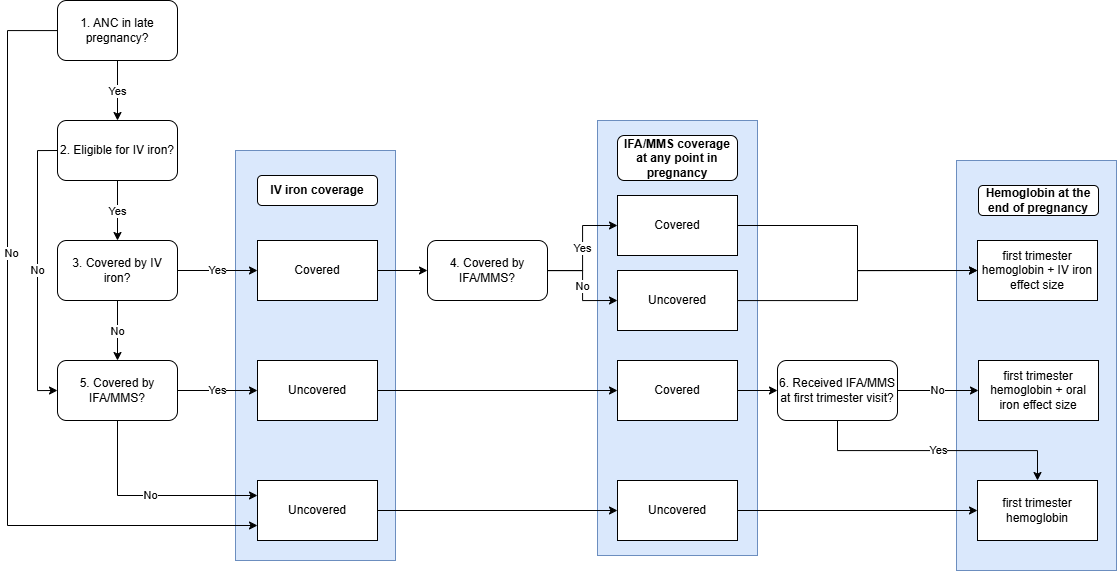
Earlier version of the draw.io export docs/source/models/concept_models/vivarium_mncnh_portfolio/hemoglobin_module/end_of_pregnancy_diagram.drawio.png (ihmeuw/vivarium_research). Source tidied: cells renumbered, new cells last; positions are measured from the earlier drawing's top-left corner, leaving out a move shared by most shapes. Its diagram source:
```xml
<mxGraphModel>
  <root>
    <mxCell id="0" />
    <mxCell id="1" parent="0" />
    <mxCell id="2" style="rounded=0;whiteSpace=wrap;html=1;fillColor=#dae8fc;strokeColor=#6c8ebf;" parent="1" vertex="1">
      <mxGeometry x="949" y="160" width="160" height="410" as="geometry" />
    </mxCell>
    <mxCell id="3" value="&lt;b&gt;Hemoglobin at the end of pregnancy&lt;/b&gt;" style="rounded=1;whiteSpace=wrap;html=1;" parent="1" vertex="1">
      <mxGeometry x="971" y="185" width="120" height="30" as="geometry" />
    </mxCell>
    <mxCell id="4" style="rounded=0;whiteSpace=wrap;html=1;fillColor=#dae8fc;strokeColor=#6c8ebf;" parent="1" vertex="1">
      <mxGeometry x="590" y="120" width="160" height="435" as="geometry" />
    </mxCell>
    <mxCell id="5" value="IFA/MMS coverage at any point in pregnancy" style="rounded=1;whiteSpace=wrap;html=1;fontStyle=1;" parent="1" vertex="1">
      <mxGeometry x="610" y="135" width="120" height="45" as="geometry" />
    </mxCell>
    <mxCell id="6" style="rounded=0;whiteSpace=wrap;html=1;fillColor=#dae8fc;strokeColor=#6c8ebf;" parent="1" vertex="1">
      <mxGeometry x="228" y="150" width="160" height="410" as="geometry" />
    </mxCell>
    <mxCell id="7" value="Yes" style="edgeStyle=orthogonalEdgeStyle;rounded=0;jettySize=auto;html=1;entryX=0.5;entryY=0;entryDx=0;entryDy=0;" parent="1" edge="1" source="10" target="13">
      <mxGeometry relative="1" as="geometry" />
    </mxCell>
    <mxCell id="8" style="edgeStyle=orthogonalEdgeStyle;rounded=0;jettySize=auto;html=1;entryX=0;entryY=0.75;entryDx=0;entryDy=0;" parent="1" edge="1" source="10" target="25">
      <mxGeometry relative="1" as="geometry">
        <Array as="points">
          <mxPoint y="30" />
          <mxPoint y="525" />
        </Array>
      </mxGeometry>
    </mxCell>
    <mxCell id="9" value="No" style="edgeLabel;html=1;align=center;verticalAlign=middle;" parent="8" vertex="1">
      <mxGeometry x="-0.32" y="3" relative="1" as="geometry">
        <mxPoint y="1" as="offset" />
      </mxGeometry>
    </mxCell>
    <mxCell id="10" value="1. ANC in late pregnancy?" style="rounded=1;whiteSpace=wrap;html=1;" parent="1" vertex="1">
      <mxGeometry x="50" width="120" height="60" as="geometry" />
    </mxCell>
    <mxCell id="11" value="Yes" style="edgeStyle=orthogonalEdgeStyle;rounded=0;jettySize=auto;html=1;entryX=0.5;entryY=0;entryDx=0;entryDy=0;" parent="1" edge="1" source="13" target="16">
      <mxGeometry relative="1" as="geometry" />
    </mxCell>
    <mxCell id="12" value="No" style="edgeStyle=orthogonalEdgeStyle;rounded=0;jettySize=auto;html=1;exitX=0;exitY=0.5;exitDx=0;exitDy=0;entryX=0;entryY=0.5;entryDx=0;entryDy=0;" parent="1" edge="1" source="13" target="19">
      <mxGeometry relative="1" as="geometry" />
    </mxCell>
    <mxCell id="13" value="2. Eligible for IV iron?" style="rounded=1;whiteSpace=wrap;html=1;" parent="1" vertex="1">
      <mxGeometry x="50" y="120" width="120" height="60" as="geometry" />
    </mxCell>
    <mxCell id="14" value="No" style="edgeStyle=orthogonalEdgeStyle;rounded=0;jettySize=auto;html=1;entryX=0.5;entryY=0;entryDx=0;entryDy=0;" parent="1" edge="1" source="16" target="19">
      <mxGeometry relative="1" as="geometry" />
    </mxCell>
    <mxCell id="15" value="Yes" style="edgeStyle=orthogonalEdgeStyle;rounded=0;jettySize=auto;html=1;entryX=0;entryY=0.5;entryDx=0;entryDy=0;" parent="1" edge="1" source="16" target="21">
      <mxGeometry relative="1" as="geometry" />
    </mxCell>
    <mxCell id="16" value="3. Covered by IV iron?" style="rounded=1;whiteSpace=wrap;html=1;" parent="1" vertex="1">
      <mxGeometry x="50" y="240" width="120" height="60" as="geometry" />
    </mxCell>
    <mxCell id="17" value="Yes" style="edgeStyle=orthogonalEdgeStyle;rounded=0;jettySize=auto;html=1;entryX=0;entryY=0.5;entryDx=0;entryDy=0;" parent="1" edge="1" source="19" target="23">
      <mxGeometry relative="1" as="geometry" />
    </mxCell>
    <mxCell id="18" value="No" style="edgeStyle=orthogonalEdgeStyle;rounded=0;jettySize=auto;html=1;entryX=0;entryY=0.25;entryDx=0;entryDy=0;" parent="1" edge="1" source="19" target="25">
      <mxGeometry relative="1" as="geometry">
        <Array as="points">
          <mxPoint x="110" y="495" />
        </Array>
      </mxGeometry>
    </mxCell>
    <mxCell id="19" value="5. Covered by IFA/MMS?" style="rounded=1;whiteSpace=wrap;html=1;" parent="1" vertex="1">
      <mxGeometry x="50" y="360" width="120" height="60" as="geometry" />
    </mxCell>
    <mxCell id="20" style="edgeStyle=orthogonalEdgeStyle;rounded=0;jettySize=auto;html=1;exitX=1;exitY=0.5;exitDx=0;exitDy=0;entryX=0;entryY=0.5;entryDx=0;entryDy=0;" parent="1" edge="1" source="21" target="28">
      <mxGeometry relative="1" as="geometry" />
    </mxCell>
    <mxCell id="21" value="Covered" style="rounded=0;whiteSpace=wrap;html=1;" parent="1" vertex="1">
      <mxGeometry x="250" y="240" width="120" height="60" as="geometry" />
    </mxCell>
    <mxCell id="22" style="edgeStyle=orthogonalEdgeStyle;rounded=0;jettySize=auto;html=1;" parent="1" edge="1" source="23" target="38">
      <mxGeometry relative="1" as="geometry" />
    </mxCell>
    <mxCell id="23" value="Uncovered" style="rounded=0;whiteSpace=wrap;html=1;" parent="1" vertex="1">
      <mxGeometry x="250" y="360" width="120" height="60" as="geometry" />
    </mxCell>
    <mxCell id="24" style="edgeStyle=orthogonalEdgeStyle;rounded=0;jettySize=auto;html=1;" parent="1" edge="1" source="25" target="35">
      <mxGeometry relative="1" as="geometry" />
    </mxCell>
    <mxCell id="25" value="Uncovered" style="rounded=0;whiteSpace=wrap;html=1;" parent="1" vertex="1">
      <mxGeometry x="250" y="480" width="120" height="60" as="geometry" />
    </mxCell>
    <mxCell id="26" value="Yes" style="edgeStyle=orthogonalEdgeStyle;rounded=0;jettySize=auto;html=1;entryX=0;entryY=0.5;entryDx=0;entryDy=0;" parent="1" edge="1" source="28" target="30">
      <mxGeometry relative="1" as="geometry" />
    </mxCell>
    <mxCell id="27" value="No" style="edgeStyle=orthogonalEdgeStyle;rounded=0;jettySize=auto;html=1;entryX=0;entryY=0.5;entryDx=0;entryDy=0;" parent="1" edge="1" source="28" target="32">
      <mxGeometry relative="1" as="geometry" />
    </mxCell>
    <mxCell id="28" value="4. Covered by IFA/MMS?" style="rounded=1;whiteSpace=wrap;html=1;" parent="1" vertex="1">
      <mxGeometry x="420" y="240" width="120" height="60" as="geometry" />
    </mxCell>
    <mxCell id="29" style="edgeStyle=orthogonalEdgeStyle;rounded=0;jettySize=auto;html=1;entryX=0;entryY=0.5;entryDx=0;entryDy=0;" parent="1" edge="1" source="30" target="33">
      <mxGeometry relative="1" as="geometry" />
    </mxCell>
    <mxCell id="30" value="Covered" style="rounded=0;whiteSpace=wrap;html=1;" parent="1" vertex="1">
      <mxGeometry x="610" y="195" width="120" height="60" as="geometry" />
    </mxCell>
    <mxCell id="31" style="edgeStyle=orthogonalEdgeStyle;rounded=0;jettySize=auto;html=1;entryX=0;entryY=0.5;entryDx=0;entryDy=0;" parent="1" edge="1" source="32" target="33">
      <mxGeometry relative="1" as="geometry" />
    </mxCell>
    <mxCell id="32" value="Uncovered" style="rounded=0;whiteSpace=wrap;html=1;" parent="1" vertex="1">
      <mxGeometry x="610" y="270" width="120" height="60" as="geometry" />
    </mxCell>
    <mxCell id="33" value="first trimester hemoglobin + IV iron effect size" style="rounded=0;whiteSpace=wrap;html=1;" parent="1" vertex="1">
      <mxGeometry x="970" y="240" width="120" height="60" as="geometry" />
    </mxCell>
    <mxCell id="34" style="edgeStyle=orthogonalEdgeStyle;rounded=0;jettySize=auto;html=1;entryX=0;entryY=0.5;entryDx=0;entryDy=0;" parent="1" edge="1" source="35" target="36">
      <mxGeometry relative="1" as="geometry" />
    </mxCell>
    <mxCell id="35" value="Uncovered" style="rounded=0;whiteSpace=wrap;html=1;" parent="1" vertex="1">
      <mxGeometry x="610" y="480" width="120" height="60" as="geometry" />
    </mxCell>
    <mxCell id="36" value="first trimester hemoglobin" style="rounded=0;whiteSpace=wrap;html=1;" parent="1" vertex="1">
      <mxGeometry x="970" y="480" width="120" height="60" as="geometry" />
    </mxCell>
    <mxCell id="37" style="edgeStyle=orthogonalEdgeStyle;rounded=0;jettySize=auto;html=1;entryX=0;entryY=0.5;entryDx=0;entryDy=0;" parent="1" edge="1" source="38" target="41">
      <mxGeometry relative="1" as="geometry" />
    </mxCell>
    <mxCell id="38" value="Covered" style="rounded=0;whiteSpace=wrap;html=1;" parent="1" vertex="1">
      <mxGeometry x="610" y="360" width="120" height="60" as="geometry" />
    </mxCell>
    <mxCell id="39" value="No" style="edgeStyle=orthogonalEdgeStyle;rounded=0;jettySize=auto;html=1;entryX=0;entryY=0.5;entryDx=0;entryDy=0;" parent="1" edge="1" source="41" target="42">
      <mxGeometry relative="1" as="geometry" />
    </mxCell>
    <mxCell id="40" value="Yes" style="edgeStyle=orthogonalEdgeStyle;rounded=0;jettySize=auto;html=1;entryX=0.5;entryY=0;entryDx=0;entryDy=0;" parent="1" edge="1" source="41" target="36">
      <mxGeometry relative="1" as="geometry">
        <Array as="points">
          <mxPoint x="830" y="450" />
          <mxPoint x="1030" y="450" />
        </Array>
      </mxGeometry>
    </mxCell>
    <mxCell id="41" value="6. Received IFA/MMS at first trimester visit?" style="rounded=1;whiteSpace=wrap;html=1;" parent="1" vertex="1">
      <mxGeometry x="770" y="360" width="120" height="60" as="geometry" />
    </mxCell>
    <mxCell id="42" value="first trimester hemoglobin + oral iron effect size" style="rounded=0;whiteSpace=wrap;html=1;" parent="1" vertex="1">
      <mxGeometry x="971" y="360" width="120" height="60" as="geometry" />
    </mxCell>
    <mxCell id="43" value="&lt;b&gt;IV iron coverage&lt;/b&gt;" style="rounded=1;whiteSpace=wrap;html=1;" parent="1" vertex="1">
      <mxGeometry x="250" y="175" width="120" height="30" as="geometry" />
    </mxCell>
  </root>
</mxGraphModel>
```
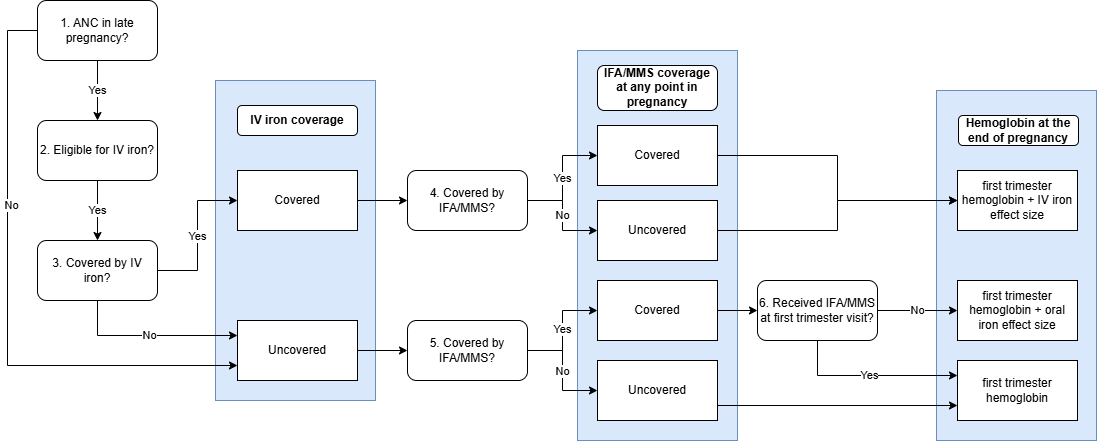
The same diagram one commit later.

Commit message:
reformat diagram

Change to the diagram source:
```diff
@@ -3,19 +3,19 @@
     <mxCell id="0" />
     <mxCell id="1" parent="0" />
     <mxCell id="2" style="rounded=0;whiteSpace=wrap;html=1;fillColor=#dae8fc;strokeColor=#6c8ebf;" parent="1" vertex="1">
-      <mxGeometry x="949" y="160" width="160" height="410" as="geometry" />
+      <mxGeometry x="949" y="160" width="160" height="350" as="geometry" />
     </mxCell>
     <mxCell id="3" value="&lt;b&gt;Hemoglobin at the end of pregnancy&lt;/b&gt;" style="rounded=1;whiteSpace=wrap;html=1;" parent="1" vertex="1">
       <mxGeometry x="971" y="185" width="120" height="30" as="geometry" />
     </mxCell>
     <mxCell id="4" style="rounded=0;whiteSpace=wrap;html=1;fillColor=#dae8fc;strokeColor=#6c8ebf;" parent="1" vertex="1">
-      <mxGeometry x="590" y="120" width="160" height="435" as="geometry" />
+      <mxGeometry x="590" y="120" width="160" height="390" as="geometry" />
     </mxCell>
     <mxCell id="5" value="IFA/MMS coverage at any point in pregnancy" style="rounded=1;whiteSpace=wrap;html=1;fontStyle=1;" parent="1" vertex="1">
       <mxGeometry x="610" y="135" width="120" height="45" as="geometry" />
     </mxCell>
     <mxCell id="6" style="rounded=0;whiteSpace=wrap;html=1;fillColor=#dae8fc;strokeColor=#6c8ebf;" parent="1" vertex="1">
-      <mxGeometry x="228" y="150" width="160" height="410" as="geometry" />
+      <mxGeometry x="228" y="150" width="160" height="320" as="geometry" />
     </mxCell>
     <mxCell id="7" value="Yes" style="edgeStyle=orthogonalEdgeStyle;rounded=0;jettySize=auto;html=1;entryX=0.5;entryY=0;entryDx=0;entryDy=0;" parent="1" edge="1" source="10" target="13">
       <mxGeometry relative="1" as="geometry" />
@@ -23,8 +23,8 @@
     <mxCell id="8" style="edgeStyle=orthogonalEdgeStyle;rounded=0;jettySize=auto;html=1;entryX=0;entryY=0.75;entryDx=0;entryDy=0;" parent="1" edge="1" source="10" target="25">
       <mxGeometry relative="1" as="geometry">
         <Array as="points">
-          <mxPoint y="30" />
-          <mxPoint y="525" />
+          <mxPoint x="20" y="100" />
+          <mxPoint x="20" y="435" />
         </Array>
       </mxGeometry>
     </mxCell>
@@ -34,38 +34,35 @@
       </mxGeometry>
     </mxCell>
     <mxCell id="10" value="1. ANC in late pregnancy?" style="rounded=1;whiteSpace=wrap;html=1;" parent="1" vertex="1">
-      <mxGeometry x="50" width="120" height="60" as="geometry" />
+      <mxGeometry x="50" y="70" width="120" height="60" as="geometry" />
     </mxCell>
     <mxCell id="11" value="Yes" style="edgeStyle=orthogonalEdgeStyle;rounded=0;jettySize=auto;html=1;entryX=0.5;entryY=0;entryDx=0;entryDy=0;" parent="1" edge="1" source="13" target="16">
       <mxGeometry relative="1" as="geometry" />
     </mxCell>
-    <mxCell id="12" value="No" style="edgeStyle=orthogonalEdgeStyle;rounded=0;jettySize=auto;html=1;exitX=0;exitY=0.5;exitDx=0;exitDy=0;entryX=0;entryY=0.5;entryDx=0;entryDy=0;" parent="1" edge="1" source="13" target="19">
-      <mxGeometry relative="1" as="geometry" />
-    </mxCell>
     <mxCell id="13" value="2. Eligible for IV iron?" style="rounded=1;whiteSpace=wrap;html=1;" parent="1" vertex="1">
-      <mxGeometry x="50" y="120" width="120" height="60" as="geometry" />
+      <mxGeometry x="50" y="190" width="120" height="60" as="geometry" />
     </mxCell>
-    <mxCell id="14" value="No" style="edgeStyle=orthogonalEdgeStyle;rounded=0;jettySize=auto;html=1;entryX=0.5;entryY=0;entryDx=0;entryDy=0;" parent="1" edge="1" source="16" target="19">
-      <mxGeometry relative="1" as="geometry" />
-    </mxCell>
     <mxCell id="15" value="Yes" style="edgeStyle=orthogonalEdgeStyle;rounded=0;jettySize=auto;html=1;entryX=0;entryY=0.5;entryDx=0;entryDy=0;" parent="1" edge="1" source="16" target="21">
       <mxGeometry relative="1" as="geometry" />
     </mxCell>
+    <mxCell id="18" value="No" style="edgeStyle=orthogonalEdgeStyle;rounded=0;jettySize=auto;html=1;entryX=0;entryY=0.25;entryDx=0;entryDy=0;" parent="1" edge="1" source="16" target="25">
+      <mxGeometry relative="1" as="geometry">
+        <Array as="points">
+          <mxPoint x="110" y="405" />
+        </Array>
+      </mxGeometry>
+    </mxCell>
     <mxCell id="16" value="3. Covered by IV iron?" style="rounded=1;whiteSpace=wrap;html=1;" parent="1" vertex="1">
-      <mxGeometry x="50" y="240" width="120" height="60" as="geometry" />
+      <mxGeometry x="50" y="310" width="120" height="60" as="geometry" />
     </mxCell>
-    <mxCell id="17" value="Yes" style="edgeStyle=orthogonalEdgeStyle;rounded=0;jettySize=auto;html=1;entryX=0;entryY=0.5;entryDx=0;entryDy=0;" parent="1" edge="1" source="19" target="23">
+    <mxCell id="17" value="Yes" style="edgeStyle=orthogonalEdgeStyle;rounded=0;jettySize=auto;html=1;entryX=0;entryY=0.5;entryDx=0;entryDy=0;" parent="1" edge="1" source="19" target="38">
       <mxGeometry relative="1" as="geometry" />
     </mxCell>
-    <mxCell id="18" value="No" style="edgeStyle=orthogonalEdgeStyle;rounded=0;jettySize=auto;html=1;entryX=0;entryY=0.25;entryDx=0;entryDy=0;" parent="1" edge="1" source="19" target="25">
-      <mxGeometry relative="1" as="geometry">
-        <Array as="points">
-          <mxPoint x="110" y="495" />
-        </Array>
-      </mxGeometry>
-    </mxCell>
+    <mxCell id="44" value="No" style="edgeStyle=orthogonalEdgeStyle;rounded=0;jettySize=auto;html=1;entryX=0;entryY=0.5;entryDx=0;entryDy=0;" parent="1" edge="1" source="19" target="35">
+      <mxGeometry relative="1" as="geometry" />
+    </mxCell>
     <mxCell id="19" value="5. Covered by IFA/MMS?" style="rounded=1;whiteSpace=wrap;html=1;" parent="1" vertex="1">
-      <mxGeometry x="50" y="360" width="120" height="60" as="geometry" />
+      <mxGeometry x="420" y="390" width="120" height="60" as="geometry" />
     </mxCell>
     <mxCell id="20" style="edgeStyle=orthogonalEdgeStyle;rounded=0;jettySize=auto;html=1;exitX=1;exitY=0.5;exitDx=0;exitDy=0;entryX=0;entryY=0.5;entryDx=0;entryDy=0;" parent="1" edge="1" source="21" target="28">
       <mxGeometry relative="1" as="geometry" />
@@ -73,17 +70,11 @@
     <mxCell id="21" value="Covered" style="rounded=0;whiteSpace=wrap;html=1;" parent="1" vertex="1">
       <mxGeometry x="250" y="240" width="120" height="60" as="geometry" />
     </mxCell>
-    <mxCell id="22" style="edgeStyle=orthogonalEdgeStyle;rounded=0;jettySize=auto;html=1;" parent="1" edge="1" source="23" target="38">
-      <mxGeometry relative="1" as="geometry" />
-    </mxCell>
-    <mxCell id="23" value="Uncovered" style="rounded=0;whiteSpace=wrap;html=1;" parent="1" vertex="1">
-      <mxGeometry x="250" y="360" width="120" height="60" as="geometry" />
-    </mxCell>
-    <mxCell id="24" style="edgeStyle=orthogonalEdgeStyle;rounded=0;jettySize=auto;html=1;" parent="1" edge="1" source="25" target="35">
-      <mxGeometry relative="1" as="geometry" />
-    </mxCell>
+    <mxCell id="45" style="edgeStyle=orthogonalEdgeStyle;rounded=0;jettySize=auto;html=1;entryX=0;entryY=0.5;entryDx=0;entryDy=0;" parent="1" edge="1" source="25" target="19">
+      <mxGeometry relative="1" as="geometry" />
+    </mxCell>
     <mxCell id="25" value="Uncovered" style="rounded=0;whiteSpace=wrap;html=1;" parent="1" vertex="1">
-      <mxGeometry x="250" y="480" width="120" height="60" as="geometry" />
+      <mxGeometry x="250" y="390" width="120" height="60" as="geometry" />
     </mxCell>
     <mxCell id="26" value="Yes" style="edgeStyle=orthogonalEdgeStyle;rounded=0;jettySize=auto;html=1;entryX=0;entryY=0.5;entryDx=0;entryDy=0;" parent="1" edge="1" source="28" target="30">
       <mxGeometry relative="1" as="geometry" />
@@ -109,37 +100,36 @@
     <mxCell id="33" value="first trimester hemoglobin + IV iron effect size" style="rounded=0;whiteSpace=wrap;html=1;" parent="1" vertex="1">
       <mxGeometry x="970" y="240" width="120" height="60" as="geometry" />
     </mxCell>
-    <mxCell id="34" style="edgeStyle=orthogonalEdgeStyle;rounded=0;jettySize=auto;html=1;entryX=0;entryY=0.5;entryDx=0;entryDy=0;" parent="1" edge="1" source="35" target="36">
+    <mxCell id="34" style="edgeStyle=orthogonalEdgeStyle;rounded=0;jettySize=auto;html=1;exitX=1;exitY=0.75;exitDx=0;exitDy=0;entryX=0;entryY=0.75;entryDx=0;entryDy=0;" parent="1" edge="1" source="35" target="36">
       <mxGeometry relative="1" as="geometry" />
     </mxCell>
     <mxCell id="35" value="Uncovered" style="rounded=0;whiteSpace=wrap;html=1;" parent="1" vertex="1">
-      <mxGeometry x="610" y="480" width="120" height="60" as="geometry" />
+      <mxGeometry x="610" y="430" width="120" height="60" as="geometry" />
     </mxCell>
     <mxCell id="36" value="first trimester hemoglobin" style="rounded=0;whiteSpace=wrap;html=1;" parent="1" vertex="1">
-      <mxGeometry x="970" y="480" width="120" height="60" as="geometry" />
+      <mxGeometry x="970" y="430" width="120" height="60" as="geometry" />
     </mxCell>
     <mxCell id="37" style="edgeStyle=orthogonalEdgeStyle;rounded=0;jettySize=auto;html=1;entryX=0;entryY=0.5;entryDx=0;entryDy=0;" parent="1" edge="1" source="38" target="41">
       <mxGeometry relative="1" as="geometry" />
     </mxCell>
     <mxCell id="38" value="Covered" style="rounded=0;whiteSpace=wrap;html=1;" parent="1" vertex="1">
-      <mxGeometry x="610" y="360" width="120" height="60" as="geometry" />
+      <mxGeometry x="610" y="350" width="120" height="60" as="geometry" />
     </mxCell>
     <mxCell id="39" value="No" style="edgeStyle=orthogonalEdgeStyle;rounded=0;jettySize=auto;html=1;entryX=0;entryY=0.5;entryDx=0;entryDy=0;" parent="1" edge="1" source="41" target="42">
       <mxGeometry relative="1" as="geometry" />
     </mxCell>
-    <mxCell id="40" value="Yes" style="edgeStyle=orthogonalEdgeStyle;rounded=0;jettySize=auto;html=1;entryX=0.5;entryY=0;entryDx=0;entryDy=0;" parent="1" edge="1" source="41" target="36">
+    <mxCell id="40" value="Yes" style="edgeStyle=orthogonalEdgeStyle;rounded=0;jettySize=auto;html=1;entryX=0;entryY=0.25;entryDx=0;entryDy=0;" parent="1" edge="1" source="41" target="36">
       <mxGeometry relative="1" as="geometry">
         <Array as="points">
-          <mxPoint x="830" y="450" />
-          <mxPoint x="1030" y="450" />
+          <mxPoint x="830" y="445" />
         </Array>
       </mxGeometry>
     </mxCell>
     <mxCell id="41" value="6. Received IFA/MMS at first trimester visit?" style="rounded=1;whiteSpace=wrap;html=1;" parent="1" vertex="1">
-      <mxGeometry x="770" y="360" width="120" height="60" as="geometry" />
+      <mxGeometry x="770" y="350" width="120" height="60" as="geometry" />
     </mxCell>
     <mxCell id="42" value="first trimester hemoglobin + oral iron effect size" style="rounded=0;whiteSpace=wrap;html=1;" parent="1" vertex="1">
-      <mxGeometry x="971" y="360" width="120" height="60" as="geometry" />
+      <mxGeometry x="970" y="350" width="120" height="60" as="geometry" />
     </mxCell>
     <mxCell id="43" value="&lt;b&gt;IV iron coverage&lt;/b&gt;" style="rounded=1;whiteSpace=wrap;html=1;" parent="1" vertex="1">
       <mxGeometry x="250" y="175" width="120" height="30" as="geometry" />
```
